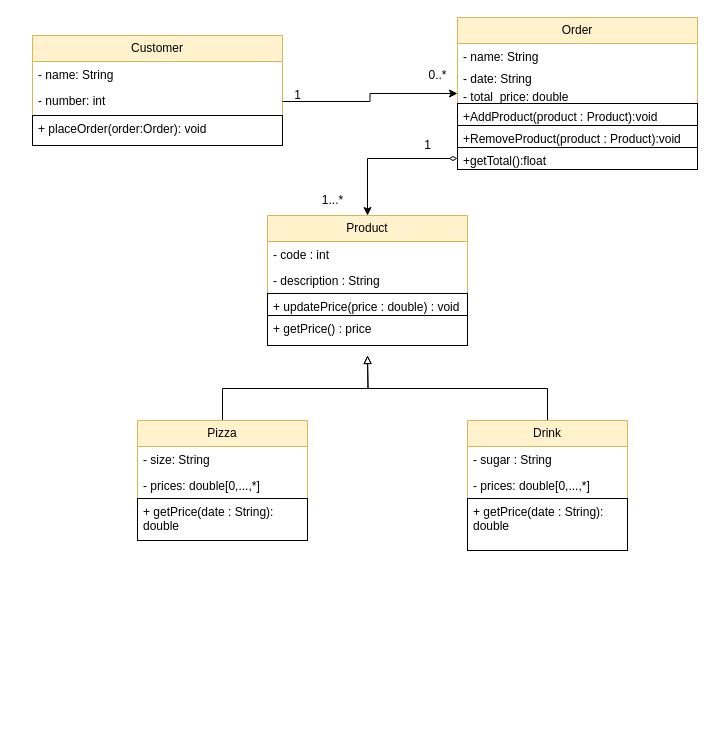
The draw.io diagram Q1B.drawio in Noah-B-Reef/CS-3560-Homework-3, before the edit. Source tidied: cells renumbered, new cells numbered last; positions are measured from the earlier drawing's top-left corner, leaving out a move shared by most shapes. Both pictures are drawn from the tidied source at 100%, with x=0, y=0 at pixel (32, 17).
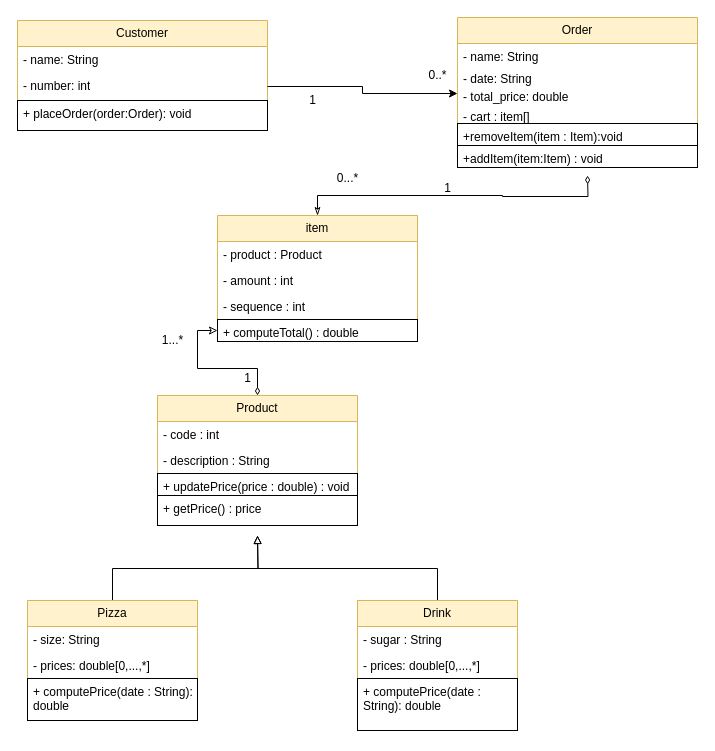
The same diagram, later.

Diff of the diagram source:
```diff
@@
     <mxCell id="2" value="Customer" style="swimlane;fontStyle=0;horizontal=1;startSize=26;fillColor=#fff2cc;whiteSpace=wrap;html=1;strokeColor=#d6b656;" parent="1" vertex="1">
-      <mxGeometry y="18" width="250" height="110" as="geometry" />
+      <mxGeometry x="-15" y="3" width="250" height="110" as="geometry" />
     </mxCell>
@@
     <mxCell id="6" value="Order" style="swimlane;fontStyle=0;horizontal=1;startSize=26;fillColor=#fff2cc;whiteSpace=wrap;html=1;strokeColor=#d6b656;" parent="1" vertex="1">
-      <mxGeometry x="425" width="240" height="152" as="geometry" />
+      <mxGeometry x="425" width="240" height="106" as="geometry" />
     </mxCell>
@@
-    <mxCell id="10" value="+AddProduct(product : Product):void" style="text;strokeColor=default;fillColor=none;align=left;verticalAlign=top;spacingLeft=4;spacingRight=4;overflow=hidden;whiteSpace=wrap;html=1;" parent="6" vertex="1">
-      <mxGeometry y="86" width="240" height="22" as="geometry" />
-    </mxCell>
-    <mxCell id="11" value="+RemoveProduct(product : Product):void" style="text;strokeColor=default;fillColor=none;align=left;verticalAlign=top;spacingLeft=4;spacingRight=4;overflow=hidden;whiteSpace=wrap;html=1;" parent="6" vertex="1">
-      <mxGeometry y="108" width="240" height="22" as="geometry" />
-    </mxCell>
-    <mxCell id="12" value="+getTotal():float" style="text;strokeColor=default;fillColor=none;align=left;verticalAlign=top;spacingLeft=4;spacingRight=4;overflow=hidden;points=[[0,0.5],[1,0.5]];portConstraint=eastwest;whiteSpace=wrap;html=1;" parent="6" vertex="1">
-      <mxGeometry y="130" width="240" height="22" as="geometry" />
-    </mxCell>
+    <mxCell id="34" value="- cart : item[]" style="text;strokeColor=none;fillColor=none;align=left;verticalAlign=top;spacingLeft=4;spacingRight=4;overflow=hidden;whiteSpace=wrap;html=1;" parent="6" vertex="1">
+      <mxGeometry y="86" width="240" height="20" as="geometry" />
+    </mxCell>
     <mxCell id="13" value="Product" style="swimlane;fontStyle=0;horizontal=1;startSize=26;fillColor=#fff2cc;whiteSpace=wrap;html=1;strokeColor=#d6b656;" parent="1" vertex="1">
-      <mxGeometry x="235" y="198" width="200" height="130" as="geometry" />
+      <mxGeometry x="125" y="378" width="200" height="130" as="geometry" />
     </mxCell>
@@
     <mxCell id="18" style="edgeStyle=orthogonalEdgeStyle;rounded=0;jettySize=auto;html=1;exitX=0.5;exitY=0;exitDx=0;exitDy=0;endArrow=block;endFill=0;" parent="1" edge="1" source="19">
       <mxGeometry relative="1" as="geometry">
-        <mxPoint x="335" y="338" as="targetPoint" />
+        <mxPoint x="225" y="518" as="targetPoint" />
       </mxGeometry>
     </mxCell>
     <mxCell id="19" value="Pizza" style="swimlane;fontStyle=0;horizontal=1;startSize=26;fillColor=#fff2cc;whiteSpace=wrap;html=1;strokeColor=#d6b656;" parent="1" vertex="1">
-      <mxGeometry x="105" y="403" width="170" height="120" as="geometry" />
+      <mxGeometry x="-5" y="583" width="170" height="120" as="geometry" />
     </mxCell>
@@
-    <mxCell id="22" value="+ getPrice(date : String): double" style="text;strokeColor=default;fillColor=none;align=left;verticalAlign=top;spacingLeft=4;spacingRight=4;overflow=hidden;whiteSpace=wrap;html=1;" parent="19" vertex="1">
+    <mxCell id="22" value="+ computePrice(date : String): double" style="text;strokeColor=default;fillColor=none;align=left;verticalAlign=top;spacingLeft=4;spacingRight=4;overflow=hidden;whiteSpace=wrap;html=1;" parent="19" vertex="1">
       <mxGeometry y="78" width="170" height="42" as="geometry" />
     </mxCell>
     <mxCell id="23" style="edgeStyle=orthogonalEdgeStyle;rounded=0;jettySize=auto;html=1;exitX=0.5;exitY=0;exitDx=0;exitDy=0;endArrow=block;endFill=0;" parent="1" edge="1" source="24">
       <mxGeometry relative="1" as="geometry">
-        <mxPoint x="335" y="338" as="targetPoint" />
+        <mxPoint x="225" y="518" as="targetPoint" />
       </mxGeometry>
     </mxCell>
     <mxCell id="24" value="Drink" style="swimlane;fontStyle=0;horizontal=1;startSize=26;fillColor=#fff2cc;whiteSpace=wrap;html=1;strokeColor=#d6b656;" parent="1" vertex="1">
-      <mxGeometry x="435" y="403" width="160" height="130" as="geometry" />
+      <mxGeometry x="325" y="583" width="160" height="130" as="geometry" />
     </mxCell>
@@
-    <mxCell id="27" value="+ getPrice(date : String): double" style="text;strokeColor=default;fillColor=none;align=left;verticalAlign=top;spacingLeft=4;spacingRight=4;overflow=hidden;whiteSpace=wrap;html=1;" parent="24" vertex="1">
+    <mxCell id="27" value="+ computePrice(date : String): double" style="text;strokeColor=default;fillColor=none;align=left;verticalAlign=top;spacingLeft=4;spacingRight=4;overflow=hidden;whiteSpace=wrap;html=1;" parent="24" vertex="1">
       <mxGeometry y="78" width="160" height="52" as="geometry" />
     </mxCell>
@@
     <mxCell id="29" value="1" style="text;html=1;align=center;verticalAlign=middle;strokeColor=none;fillColor=none;" parent="1" vertex="1">
-      <mxGeometry x="250" y="63" width="30" height="30" as="geometry" />
+      <mxGeometry x="265" y="68" width="30" height="30" as="geometry" />
     </mxCell>
@@
-    <mxCell id="31" style="edgeStyle=orthogonalEdgeStyle;rounded=0;jettySize=auto;html=1;exitX=0;exitY=0.5;exitDx=0;exitDy=0;entryX=0.5;entryY=0;entryDx=0;entryDy=0;startArrow=diamondThin;startFill=0;" parent="1" edge="1" source="12" target="13">
-      <mxGeometry relative="1" as="geometry" />
-    </mxCell>
-    <mxCell id="32" value="1" style="text;html=1;align=center;verticalAlign=middle;strokeColor=none;fillColor=none;" parent="1" vertex="1">
-      <mxGeometry x="380" y="113" width="30" height="30" as="geometry" />
-    </mxCell>
+    <mxCell id="35" style="edgeStyle=orthogonalEdgeStyle;rounded=0;jettySize=auto;html=1;exitX=0.5;exitY=0;exitDx=0;exitDy=0;endArrow=diamondThin;endFill=0;startArrow=classicThin;startFill=0;" parent="1" edge="1" source="36">
+      <mxGeometry relative="1" as="geometry">
+        <mxPoint x="555" y="158" as="targetPoint" />
+      </mxGeometry>
+    </mxCell>
+    <mxCell id="36" value="item" style="swimlane;fontStyle=0;horizontal=1;startSize=26;fillColor=#fff2cc;whiteSpace=wrap;html=1;strokeColor=#d6b656;" parent="1" vertex="1">
+      <mxGeometry x="185" y="198" width="200" height="104" as="geometry" />
+    </mxCell>
+    <mxCell id="37" value="- product : Product" style="text;strokeColor=none;fillColor=none;align=left;verticalAlign=top;spacingLeft=4;spacingRight=4;overflow=hidden;whiteSpace=wrap;html=1;" parent="36" vertex="1">
+      <mxGeometry y="26" width="200" height="26" as="geometry" />
+    </mxCell>
+    <mxCell id="38" value="- amount : int" style="text;strokeColor=none;fillColor=none;align=left;verticalAlign=top;spacingLeft=4;spacingRight=4;overflow=hidden;whiteSpace=wrap;html=1;" parent="36" vertex="1">
+      <mxGeometry y="52" width="200" height="26" as="geometry" />
+    </mxCell>
+    <mxCell id="39" value="- sequence : int" style="text;strokeColor=none;fillColor=none;align=left;verticalAlign=top;spacingLeft=4;spacingRight=4;overflow=hidden;whiteSpace=wrap;html=1;" parent="36" vertex="1">
+      <mxGeometry y="78" width="200" height="26" as="geometry" />
+    </mxCell>
+    <mxCell id="10" value="+addItem(item:Item) : void" style="text;strokeColor=default;fillColor=none;align=left;verticalAlign=top;spacingLeft=4;spacingRight=4;overflow=hidden;whiteSpace=wrap;html=1;" parent="1" vertex="1">
+      <mxGeometry x="425" y="128" width="240" height="22" as="geometry" />
+    </mxCell>
+    <mxCell id="11" value="+removeItem(item : Item):void" style="text;strokeColor=default;fillColor=none;align=left;verticalAlign=top;spacingLeft=4;spacingRight=4;overflow=hidden;whiteSpace=wrap;html=1;" parent="1" vertex="1">
+      <mxGeometry x="425" y="106" width="240" height="22" as="geometry" />
+    </mxCell>
+    <mxCell id="40" style="edgeStyle=orthogonalEdgeStyle;rounded=0;jettySize=auto;html=1;exitX=0;exitY=0.5;exitDx=0;exitDy=0;entryX=0.5;entryY=0;entryDx=0;entryDy=0;startArrow=classic;startFill=0;endArrow=diamondThin;endFill=0;" parent="1" edge="1" source="41" target="13">
+      <mxGeometry relative="1" as="geometry" />
+    </mxCell>
+    <mxCell id="41" value="+ computeTotal() : double" style="text;strokeColor=default;fillColor=none;align=left;verticalAlign=top;spacingLeft=4;spacingRight=4;overflow=hidden;points=[[0,0.5],[1,0.5]];portConstraint=eastwest;whiteSpace=wrap;html=1;" parent="1" vertex="1">
+      <mxGeometry x="185" y="302" width="200" height="22" as="geometry" />
+    </mxCell>
+    <mxCell id="42" value="0...*" style="text;html=1;align=center;verticalAlign=middle;strokeColor=none;fillColor=none;" parent="1" vertex="1">
+      <mxGeometry x="295" y="146" width="40" height="30" as="geometry" />
+    </mxCell>
+    <mxCell id="43" value="1" style="text;html=1;align=center;verticalAlign=middle;strokeColor=none;fillColor=none;" parent="1" vertex="1">
+      <mxGeometry x="400" y="156" width="30" height="30" as="geometry" />
+    </mxCell>
     <mxCell id="33" value="1...*" style="text;html=1;align=center;verticalAlign=middle;strokeColor=none;fillColor=none;" parent="1" vertex="1">
-      <mxGeometry x="280" y="168" width="40" height="30" as="geometry" />
+      <mxGeometry x="120" y="308" width="40" height="30" as="geometry" />
     </mxCell>
+    <mxCell id="44" value="1" style="text;html=1;align=center;verticalAlign=middle;strokeColor=none;fillColor=none;" parent="1" vertex="1">
+      <mxGeometry x="200" y="346" width="30" height="30" as="geometry" />
+    </mxCell>
```
